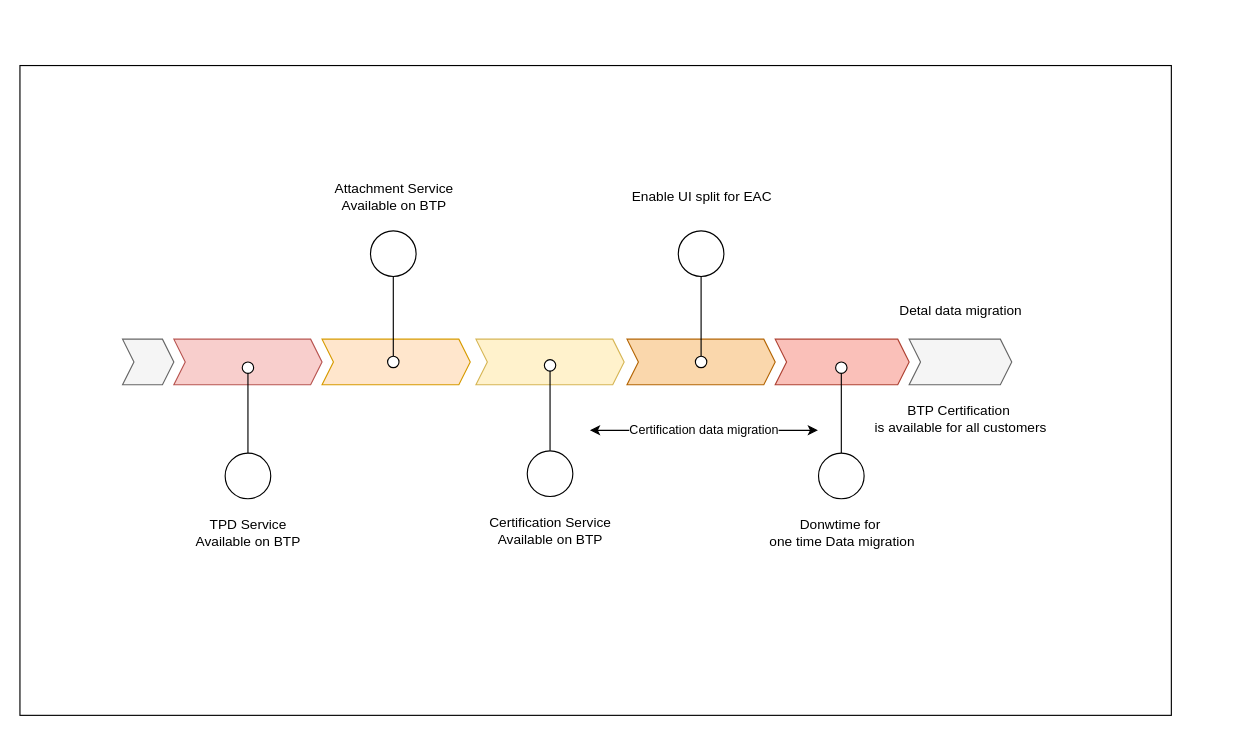
This is page "Page-31" (32 of 32) of certificationService.er.drawio from huangshijie/Drawio, a draw.io file, before an edit. Source tidied: cells renumbered, new cells numbered last; positions are measured from the earlier drawing's top-left corner, leaving out a move shared by most shapes. Both pictures are drawn from the tidied source at 114%, with x=0, y=0 at pixel (19, 65).
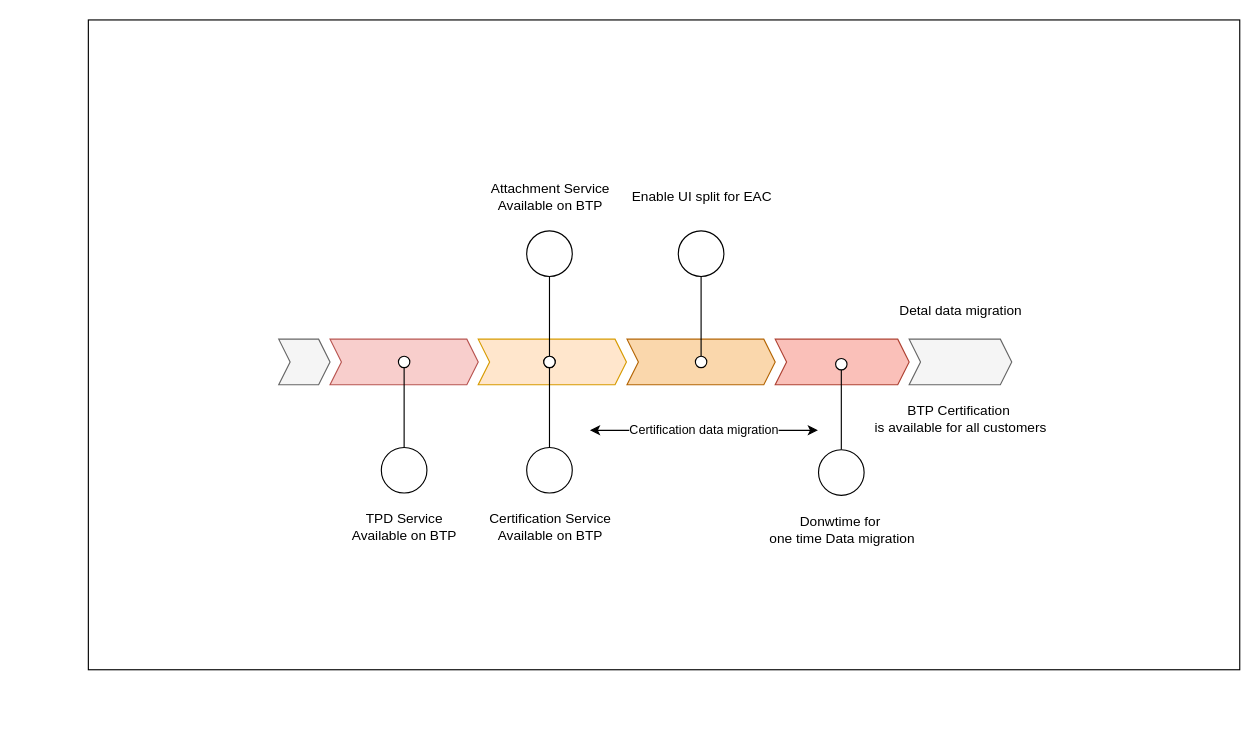
The same diagram, later.

What changed in the source:
```diff
@@
     <mxCell id="2" style="rounded=0;whiteSpace=wrap;html=1;" parent="1" vertex="1">
-      <mxGeometry width="1010" height="570" as="geometry" />
+      <mxGeometry x="60" y="-40" width="1010" height="570" as="geometry" />
     </mxCell>
@@
     <mxCell id="6" style="shape=step;perimeter=stepPerimeter;whiteSpace=wrap;html=1;fixedSize=1;size=10;fillColor=#f8cecc;strokeColor=#b85450;" parent="1" vertex="1">
-      <mxGeometry x="135" y="240" width="130" height="40" as="geometry" />
+      <mxGeometry x="272" y="240" width="130" height="40" as="geometry" />
     </mxCell>
     <mxCell id="7" style="group;" parent="1" vertex="1">
-      <mxGeometry x="140" y="260" width="120" height="170" as="geometry" />
+      <mxGeometry x="277" y="255" width="120" height="170" as="geometry" />
     </mxCell>
@@
     <mxCell id="13" style="shape=step;perimeter=stepPerimeter;whiteSpace=wrap;html=1;fixedSize=1;size=10;fillColor=#ffe6cc;strokeColor=#d79b00;" parent="1" vertex="1">
-      <mxGeometry x="265" y="240" width="130" height="40" as="geometry" />
+      <mxGeometry x="402" y="240" width="130" height="40" as="geometry" />
     </mxCell>
     <mxCell id="14" style="group;" parent="1" vertex="1">
-      <mxGeometry x="260" y="95" width="130" height="180" as="geometry" />
+      <mxGeometry x="397" y="95" width="130" height="180" as="geometry" />
     </mxCell>
@@
-    <mxCell id="21" style="shape=step;perimeter=stepPerimeter;whiteSpace=wrap;html=1;fixedSize=1;size=10;fillColor=#fff2cc;strokeColor=#d6b656;" parent="1" vertex="1">
-      <mxGeometry x="400" y="240" width="130" height="40" as="geometry" />
-    </mxCell>
     <mxCell id="22" style="group;" parent="1" vertex="1">
-      <mxGeometry x="395" y="248" width="140" height="180" as="geometry" />
+      <mxGeometry x="394.5" y="245" width="140" height="180" as="geometry" />
     </mxCell>
@@
     <mxCell id="38" style="group;" parent="1" vertex="1">
-      <mxGeometry x="657.5" y="250" width="140" height="180" as="geometry" />
+      <mxGeometry x="657.5" y="247" width="140" height="180" as="geometry" />
     </mxCell>
@@
     <mxCell id="46" style="shape=step;perimeter=stepPerimeter;whiteSpace=wrap;html=1;fixedSize=1;size=10;fillColor=#f5f5f5;fontColor=#333333;strokeColor=#666666;" parent="1" vertex="1">
-      <mxGeometry x="90" y="240" width="45" height="40" as="geometry" />
+      <mxGeometry x="227" y="240" width="45" height="40" as="geometry" />
     </mxCell>
```
